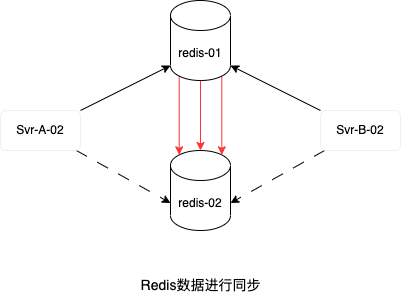
Earlier version of the draw.io export redis/step-03.png (luotian-ola/data-migrate). Source tidied: cells renumbered, new cells last; positions are measured from the earlier drawing's top-left corner, leaving out a move shared by most shapes. Source of this version:
```xml
<mxGraphModel>
  <root>
    <mxCell id="0" />
    <mxCell id="1" parent="0" />
    <mxCell id="2" style="edgeStyle=none;html=1;strokeColor=#FF3333;" parent="1" edge="1" source="5" target="7">
      <mxGeometry relative="1" as="geometry" />
    </mxCell>
    <mxCell id="3" style="edgeStyle=none;html=1;exitX=0.145;exitY=1;exitDx=0;exitDy=-4.35;exitPerimeter=0;entryX=0.145;entryY=0;entryDx=0;entryDy=4.35;entryPerimeter=0;strokeColor=#FF3333;" parent="1" edge="1" source="5" target="7">
      <mxGeometry relative="1" as="geometry" />
    </mxCell>
    <mxCell id="4" style="edgeStyle=none;html=1;exitX=0.855;exitY=1;exitDx=0;exitDy=-4.35;exitPerimeter=0;entryX=0.855;entryY=0;entryDx=0;entryDy=4.35;entryPerimeter=0;strokeColor=#FF3333;" parent="1" edge="1" source="5" target="7">
      <mxGeometry relative="1" as="geometry" />
    </mxCell>
    <mxCell id="5" value="redis-01" style="shape=cylinder3;whiteSpace=wrap;html=1;boundedLbl=1;backgroundOutline=1;size=15;" parent="1" vertex="1">
      <mxGeometry x="170" width="60" height="80" as="geometry" />
    </mxCell>
    <mxCell id="6" value="Redis数据进行同步" style="text;html=1;align=center;verticalAlign=middle;strokeColor=none;fillColor=none;fontSize=14;" parent="1" vertex="1">
      <mxGeometry x="130" y="270" width="140" height="30" as="geometry" />
    </mxCell>
    <mxCell id="7" value="redis-02" style="shape=cylinder3;whiteSpace=wrap;html=1;boundedLbl=1;backgroundOutline=1;size=15;" parent="1" vertex="1">
      <mxGeometry x="170" y="150" width="60" height="80" as="geometry" />
    </mxCell>
    <mxCell id="8" style="edgeStyle=none;html=1;entryX=0;entryY=1;entryDx=0;entryDy=-15;entryPerimeter=0;" parent="1" edge="1" source="10" target="5">
      <mxGeometry relative="1" as="geometry" />
    </mxCell>
    <mxCell id="9" style="edgeStyle=none;html=1;entryX=0;entryY=0;entryDx=0;entryDy=52.5;entryPerimeter=0;dashed=1;dashPattern=12 12;" parent="1" edge="1" source="10" target="7">
      <mxGeometry relative="1" as="geometry" />
    </mxCell>
    <mxCell id="10" value="Svr-A-02" style="rounded=1;whiteSpace=wrap;html=1;strokeColor=#F0F0F0;" parent="1" vertex="1">
      <mxGeometry y="110" width="80" height="40" as="geometry" />
    </mxCell>
    <mxCell id="11" style="edgeStyle=none;html=1;entryX=1;entryY=1;entryDx=0;entryDy=-15;entryPerimeter=0;" parent="1" edge="1" source="13" target="5">
      <mxGeometry relative="1" as="geometry" />
    </mxCell>
    <mxCell id="12" style="edgeStyle=none;html=1;entryX=1;entryY=0;entryDx=0;entryDy=52.5;entryPerimeter=0;dashed=1;dashPattern=12 12;" parent="1" edge="1" source="13" target="7">
      <mxGeometry relative="1" as="geometry" />
    </mxCell>
    <mxCell id="13" value="Svr-B-02" style="rounded=1;whiteSpace=wrap;html=1;strokeColor=#F0F0F0;" parent="1" vertex="1">
      <mxGeometry x="320" y="110" width="80" height="40" as="geometry" />
    </mxCell>
  </root>
</mxGraphModel>
```
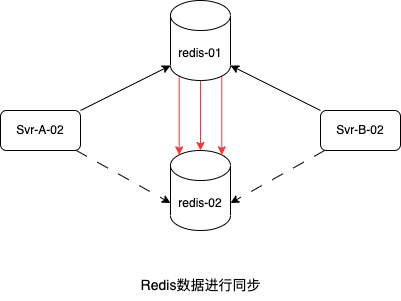
After the commit.

What changed in the source:
```diff
@@ -26,7 +26,7 @@
     <mxCell id="9" style="edgeStyle=none;html=1;entryX=0;entryY=0;entryDx=0;entryDy=52.5;entryPerimeter=0;dashed=1;dashPattern=12 12;" parent="1" edge="1" source="10" target="7">
       <mxGeometry relative="1" as="geometry" />
     </mxCell>
-    <mxCell id="10" value="Svr-A-02" style="rounded=1;whiteSpace=wrap;html=1;strokeColor=#F0F0F0;" parent="1" vertex="1">
+    <mxCell id="10" value="Svr-A-02" style="rounded=1;whiteSpace=wrap;html=1;" parent="1" vertex="1">
       <mxGeometry y="110" width="80" height="40" as="geometry" />
     </mxCell>
     <mxCell id="11" style="edgeStyle=none;html=1;entryX=1;entryY=1;entryDx=0;entryDy=-15;entryPerimeter=0;" parent="1" edge="1" source="13" target="5">
@@ -35,7 +35,7 @@
     <mxCell id="12" style="edgeStyle=none;html=1;entryX=1;entryY=0;entryDx=0;entryDy=52.5;entryPerimeter=0;dashed=1;dashPattern=12 12;" parent="1" edge="1" source="13" target="7">
       <mxGeometry relative="1" as="geometry" />
     </mxCell>
-    <mxCell id="13" value="Svr-B-02" style="rounded=1;whiteSpace=wrap;html=1;strokeColor=#F0F0F0;" parent="1" vertex="1">
+    <mxCell id="13" value="Svr-B-02" style="rounded=1;whiteSpace=wrap;html=1;" parent="1" vertex="1">
       <mxGeometry x="320" y="110" width="80" height="40" as="geometry" />
     </mxCell>
   </root>
```
